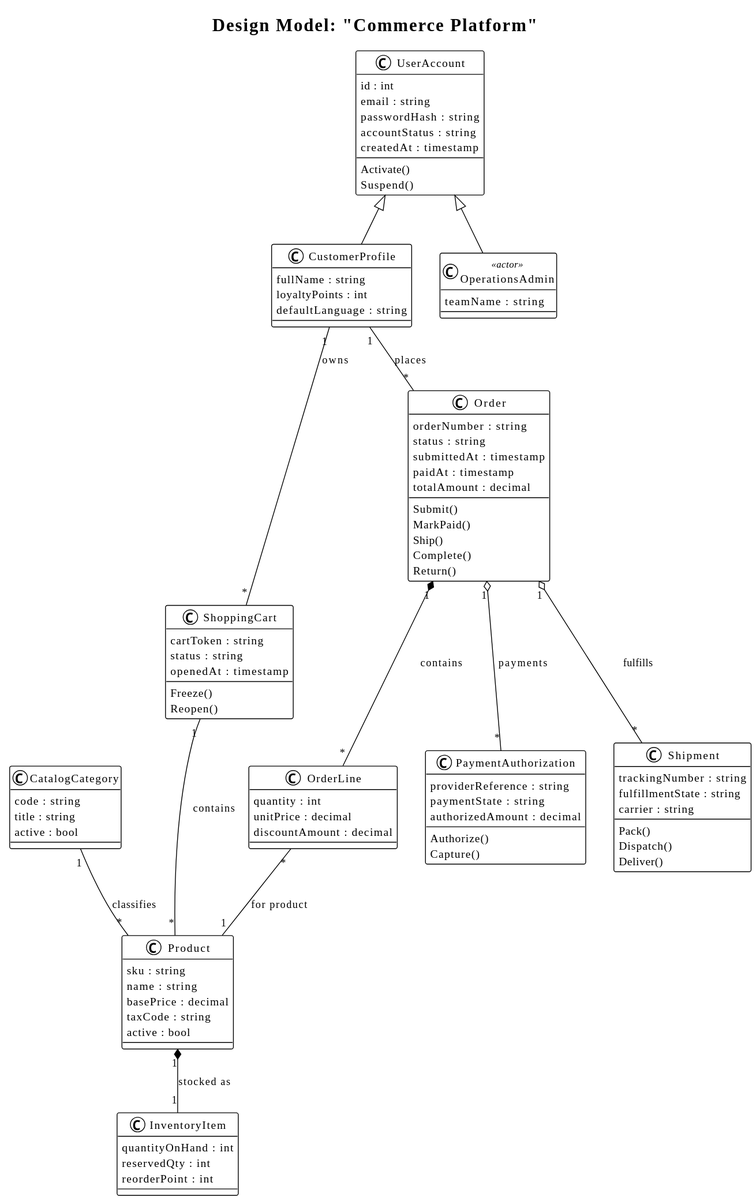
The PlantUML diagram examples/commerce-platform/generated/design/CommercePlatform.design.svg in fredoslav2004/modt-core, before a commit.
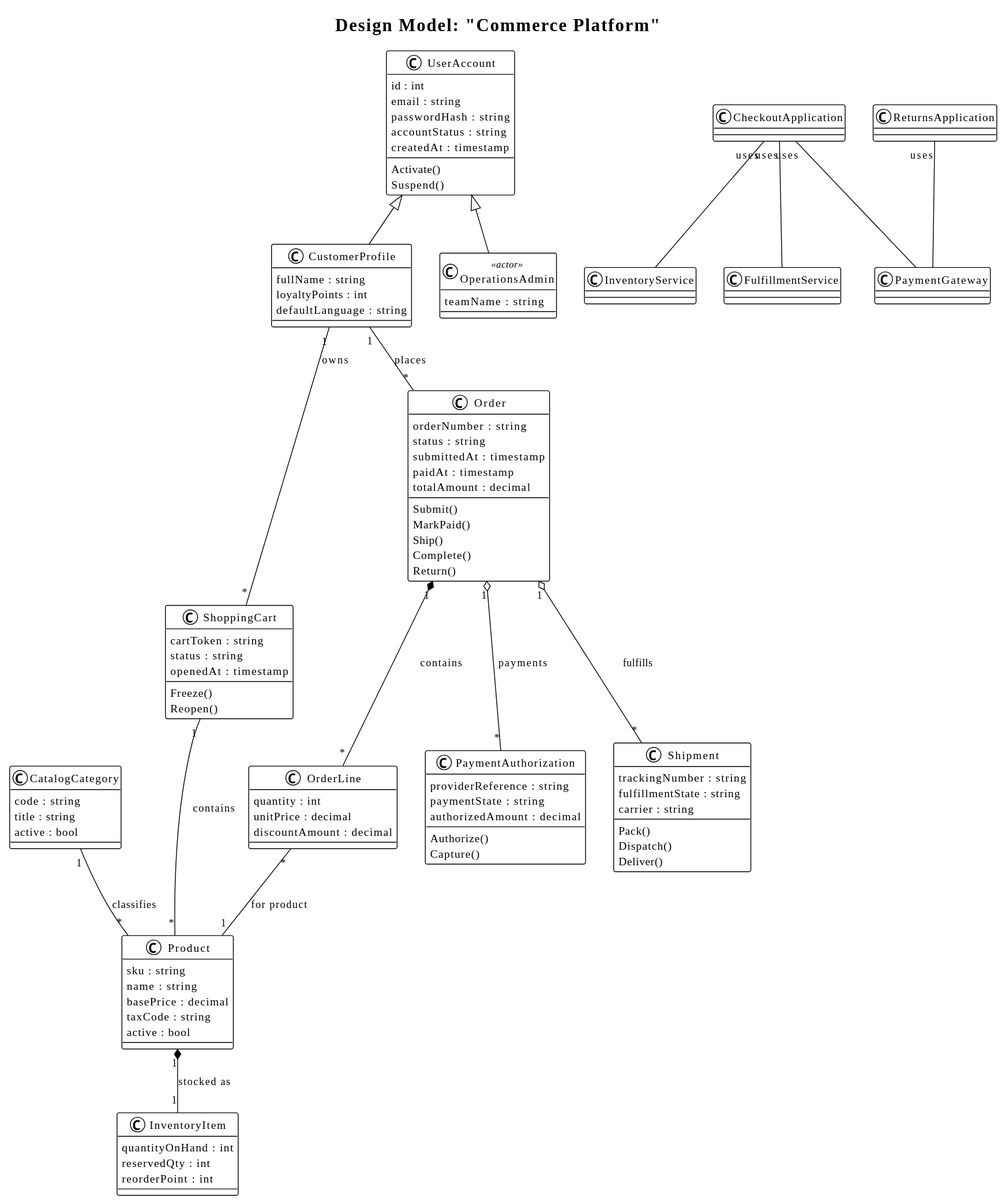
After the commit.

The edit, as a diff of the source:
```diff
@@ -77,6 +77,16 @@
   Dispatch()
   Deliver()
 }
+class CheckoutApplication {
+}
+class ReturnsApplication {
+}
+class PaymentGateway {
+}
+class InventoryService {
+}
+class FulfillmentService {
+}
 CatalogCategory "1" -- "*" Product : classifies
 Product "1" *-- "1" InventoryItem : stocked as
 CustomerProfile "1" -- "*" ShoppingCart : owns
@@ -86,4 +96,8 @@
 OrderLine "*" -- "1" Product : for product
 Order "1" o-- "*" PaymentAuthorization : payments
 Order "1" o-- "*" Shipment : fulfills
+CheckoutApplication "uses" --  PaymentGateway
+CheckoutApplication "uses" --  InventoryService
+CheckoutApplication "uses" --  FulfillmentService
+ReturnsApplication "uses" --  PaymentGateway
 @enduml
```
